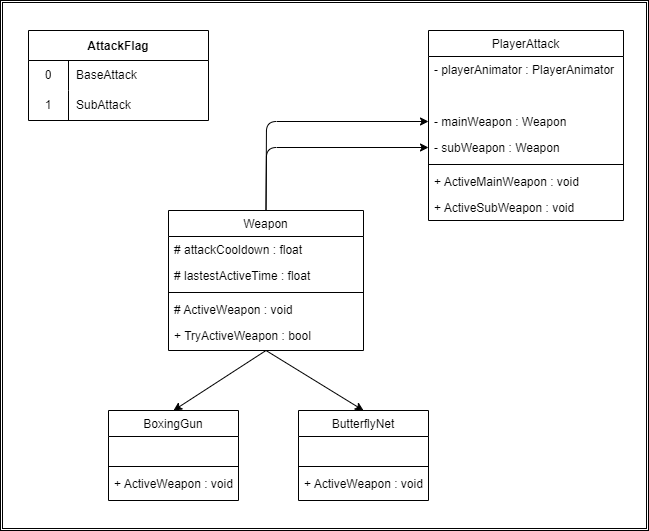
Above: ETC/UML/WeaponLogic.png in SEH00N/Eungabi (draw.io), before the change. Source tidied: cells renumbered, new cells last; positions are measured from the earlier drawing's top-left corner, leaving out a move shared by most shapes. Source of this version:
```xml
<mxGraphModel>
  <root>
    <mxCell id="0" />
    <mxCell id="1" parent="0" />
    <mxCell id="2" style="shape=ext;double=1;rounded=0;whiteSpace=wrap;html=1;fontColor=#F0F0F0;strokeColor=default;fillColor=default;" parent="1" vertex="1">
      <mxGeometry width="648" height="530" as="geometry" />
    </mxCell>
    <mxCell id="3" value="PlayerAttack" style="swimlane;fontStyle=0;align=center;verticalAlign=top;horizontal=1;startSize=26;rounded=0;shadow=0;strokeWidth=1;spacingTop=0;" parent="1" vertex="1">
      <mxGeometry x="428" y="30" width="195" height="190" as="geometry" />
    </mxCell>
    <mxCell id="4" value="- playerAnimator : PlayerAnimator" style="text;align=left;verticalAlign=top;spacingLeft=4;spacingRight=4;overflow=hidden;rounded=0;shadow=0;html=0;" parent="3" vertex="1">
      <mxGeometry y="26" width="195" height="26" as="geometry" />
    </mxCell>
    <mxCell id="5" value=" " style="text;align=left;verticalAlign=top;spacingLeft=4;spacingRight=4;overflow=hidden;rounded=0;shadow=0;html=0;" parent="3" vertex="1">
      <mxGeometry y="52" width="195" height="26" as="geometry" />
    </mxCell>
    <mxCell id="6" value="- mainWeapon : Weapon" style="text;align=left;verticalAlign=top;spacingLeft=4;spacingRight=4;overflow=hidden;points=[[0,0.5],[1,0.5]];portConstraint=eastwest;rounded=0;shadow=0;html=0;" parent="3" vertex="1">
      <mxGeometry y="78" width="195" height="26" as="geometry" />
    </mxCell>
    <mxCell id="7" value="- subWeapon : Weapon" style="text;align=left;verticalAlign=top;spacingLeft=4;spacingRight=4;overflow=hidden;points=[[0,0.5],[1,0.5]];portConstraint=eastwest;rounded=0;shadow=0;html=0;" parent="3" vertex="1">
      <mxGeometry y="104" width="195" height="26" as="geometry" />
    </mxCell>
    <mxCell id="8" style="line;html=1;strokeWidth=1;align=left;verticalAlign=middle;spacingTop=-1;spacingLeft=3;spacingRight=3;labelPosition=right;" parent="3" vertex="1">
      <mxGeometry y="130" width="195" height="8" as="geometry" />
    </mxCell>
    <mxCell id="9" value="+ ActiveMainWeapon : void" style="text;align=left;verticalAlign=top;spacingLeft=4;spacingRight=4;overflow=hidden;rounded=0;shadow=0;html=0;" parent="3" vertex="1">
      <mxGeometry y="138" width="195" height="26" as="geometry" />
    </mxCell>
    <mxCell id="10" value="+ ActiveSubWeapon : void" style="text;align=left;verticalAlign=top;spacingLeft=4;spacingRight=4;overflow=hidden;rounded=0;shadow=0;html=0;" parent="3" vertex="1">
      <mxGeometry y="164" width="195" height="26" as="geometry" />
    </mxCell>
    <mxCell id="11" style="edgeStyle=none;html=1;entryX=0.5;entryY=0;entryDx=0;entryDy=0;exitX=0.5;exitY=1;exitDx=0;exitDy=0;" parent="1" edge="1" source="15" target="28">
      <mxGeometry relative="1" as="geometry" />
    </mxCell>
    <mxCell id="12" style="edgeStyle=none;html=1;entryX=0.5;entryY=0;entryDx=0;entryDy=0;exitX=0.5;exitY=1;exitDx=0;exitDy=0;" parent="1" edge="1" source="15" target="32">
      <mxGeometry relative="1" as="geometry" />
    </mxCell>
    <mxCell id="13" style="edgeStyle=none;html=1;entryX=0;entryY=0.5;entryDx=0;entryDy=0;exitX=0.5;exitY=0;exitDx=0;exitDy=0;" parent="1" edge="1" source="15" target="6">
      <mxGeometry relative="1" as="geometry">
        <Array as="points">
          <mxPoint x="266" y="121" />
        </Array>
      </mxGeometry>
    </mxCell>
    <mxCell id="14" style="edgeStyle=none;html=1;entryX=0;entryY=0.5;entryDx=0;entryDy=0;exitX=0.5;exitY=0;exitDx=0;exitDy=0;" parent="1" edge="1" source="15" target="7">
      <mxGeometry relative="1" as="geometry">
        <Array as="points">
          <mxPoint x="266" y="147" />
        </Array>
      </mxGeometry>
    </mxCell>
    <mxCell id="15" value="Weapon" style="swimlane;fontStyle=0;align=center;verticalAlign=top;horizontal=1;startSize=26;rounded=0;shadow=0;strokeWidth=1;spacingTop=0;" parent="1" vertex="1">
      <mxGeometry x="168" y="210" width="195" height="140" as="geometry" />
    </mxCell>
    <mxCell id="16" value="# attackCooldown : float" style="text;align=left;verticalAlign=top;spacingLeft=4;spacingRight=4;overflow=hidden;rounded=0;shadow=0;html=0;" parent="15" vertex="1">
      <mxGeometry y="26" width="195" height="26" as="geometry" />
    </mxCell>
    <mxCell id="17" value="# lastestActiveTime : float" style="text;align=left;verticalAlign=top;spacingLeft=4;spacingRight=4;overflow=hidden;rounded=0;shadow=0;html=0;" parent="15" vertex="1">
      <mxGeometry y="52" width="195" height="26" as="geometry" />
    </mxCell>
    <mxCell id="18" style="line;html=1;strokeWidth=1;align=left;verticalAlign=middle;spacingTop=-1;spacingLeft=3;spacingRight=3;labelPosition=right;" parent="15" vertex="1">
      <mxGeometry y="78" width="195" height="8" as="geometry" />
    </mxCell>
    <mxCell id="19" value="# ActiveWeapon : void" style="text;align=left;verticalAlign=top;spacingLeft=4;spacingRight=4;overflow=hidden;rounded=0;shadow=0;html=0;" parent="15" vertex="1">
      <mxGeometry y="86" width="195" height="26" as="geometry" />
    </mxCell>
    <mxCell id="20" value="+ TryActiveWeapon : bool" style="text;align=left;verticalAlign=top;spacingLeft=4;spacingRight=4;overflow=hidden;rounded=0;shadow=0;html=0;" parent="15" vertex="1">
      <mxGeometry y="112" width="195" height="26" as="geometry" />
    </mxCell>
    <mxCell id="21" value="AttackFlag" style="shape=table;startSize=30;rowLines=0;fontStyle=1;" parent="1" vertex="1">
      <mxGeometry x="28" y="30" width="180" height="90" as="geometry" />
    </mxCell>
    <mxCell id="22" style="shape=tableRow;horizontal=0;startSize=0;swimlaneHead=0;swimlaneBody=0;top=0;left=0;bottom=0;right=0;fillColor=none;" parent="21" vertex="1">
      <mxGeometry y="30" width="180" height="30" as="geometry" />
    </mxCell>
    <mxCell id="23" value="0" style="shape=partialRectangle;html=1;whiteSpace=wrap;fillColor=none;top=0;left=0;bottom=0;right=0;overflow=hidden;" parent="22" vertex="1">
      <mxGeometry width="40" height="30" as="geometry" />
    </mxCell>
    <mxCell id="24" value="BaseAttack" style="shape=partialRectangle;html=1;whiteSpace=wrap;fillColor=none;top=0;left=0;bottom=0;right=0;align=left;spacingLeft=6;overflow=hidden;" parent="22" vertex="1">
      <mxGeometry x="40" width="140" height="30" as="geometry" />
    </mxCell>
    <mxCell id="25" style="shape=tableRow;horizontal=0;startSize=0;swimlaneHead=0;swimlaneBody=0;top=0;left=0;bottom=0;right=0;fillColor=none;" parent="21" vertex="1">
      <mxGeometry y="60" width="180" height="30" as="geometry" />
    </mxCell>
    <mxCell id="26" value="1" style="shape=partialRectangle;html=1;whiteSpace=wrap;fillColor=none;top=0;left=0;bottom=0;right=0;overflow=hidden;" parent="25" vertex="1">
      <mxGeometry width="40" height="30" as="geometry" />
    </mxCell>
    <mxCell id="27" value="SubAttack" style="shape=partialRectangle;html=1;whiteSpace=wrap;fillColor=none;top=0;left=0;bottom=0;right=0;align=left;spacingLeft=6;overflow=hidden;" parent="25" vertex="1">
      <mxGeometry x="40" width="140" height="30" as="geometry" />
    </mxCell>
    <mxCell id="28" value="BoxingGun" style="swimlane;fontStyle=0;align=center;verticalAlign=top;horizontal=1;startSize=26;rounded=0;shadow=0;strokeWidth=1;spacingTop=0;" parent="1" vertex="1">
      <mxGeometry x="108" y="410" width="130" height="90" as="geometry" />
    </mxCell>
    <mxCell id="29" value=" " style="text;align=left;verticalAlign=top;spacingLeft=4;spacingRight=4;overflow=hidden;rounded=0;shadow=0;html=0;" parent="28" vertex="1">
      <mxGeometry y="26" width="130" height="26" as="geometry" />
    </mxCell>
    <mxCell id="30" style="line;html=1;strokeWidth=1;align=left;verticalAlign=middle;spacingTop=-1;spacingLeft=3;spacingRight=3;labelPosition=right;" parent="28" vertex="1">
      <mxGeometry y="52" width="130" height="8" as="geometry" />
    </mxCell>
    <mxCell id="31" value="+ ActiveWeapon : void" style="text;align=left;verticalAlign=top;spacingLeft=4;spacingRight=4;overflow=hidden;rounded=0;shadow=0;html=0;" parent="28" vertex="1">
      <mxGeometry y="60" width="130" height="26" as="geometry" />
    </mxCell>
    <mxCell id="32" value="ButterflyNet" style="swimlane;fontStyle=0;align=center;verticalAlign=top;horizontal=1;startSize=26;rounded=0;shadow=0;strokeWidth=1;spacingTop=0;" parent="1" vertex="1">
      <mxGeometry x="298" y="410" width="130" height="90" as="geometry" />
    </mxCell>
    <mxCell id="33" value=" " style="text;align=left;verticalAlign=top;spacingLeft=4;spacingRight=4;overflow=hidden;rounded=0;shadow=0;html=0;" parent="32" vertex="1">
      <mxGeometry y="26" width="130" height="26" as="geometry" />
    </mxCell>
    <mxCell id="34" style="line;html=1;strokeWidth=1;align=left;verticalAlign=middle;spacingTop=-1;spacingLeft=3;spacingRight=3;labelPosition=right;" parent="32" vertex="1">
      <mxGeometry y="52" width="130" height="8" as="geometry" />
    </mxCell>
    <mxCell id="35" value="+ ActiveWeapon : void" style="text;align=left;verticalAlign=top;spacingLeft=4;spacingRight=4;overflow=hidden;rounded=0;shadow=0;html=0;" parent="32" vertex="1">
      <mxGeometry y="60" width="130" height="26" as="geometry" />
    </mxCell>
  </root>
</mxGraphModel>
```
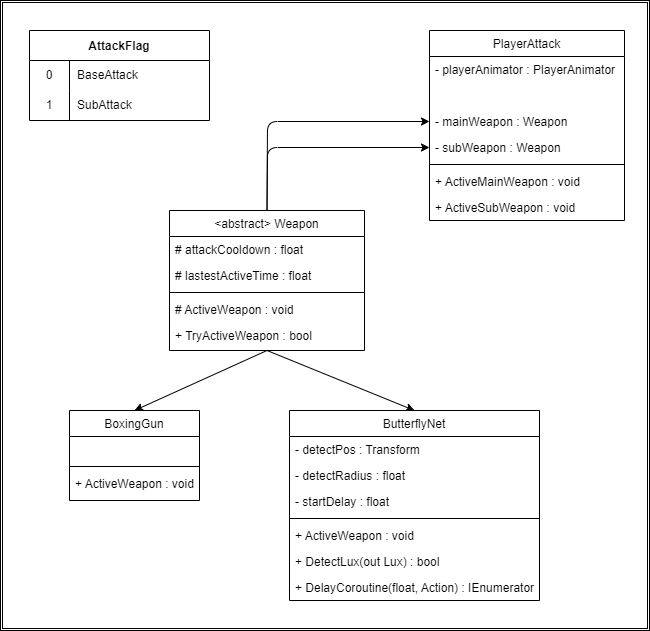
After the commit.

The edit, as a diff of the source:
```diff
@@ -3,7 +3,7 @@
     <mxCell id="0" />
     <mxCell id="1" parent="0" />
     <mxCell id="2" style="shape=ext;double=1;rounded=0;whiteSpace=wrap;html=1;fontColor=#F0F0F0;strokeColor=default;fillColor=default;" parent="1" vertex="1">
-      <mxGeometry width="648" height="530" as="geometry" />
+      <mxGeometry x="-1" width="649" height="630" as="geometry" />
     </mxCell>
     <mxCell id="3" value="PlayerAttack" style="swimlane;fontStyle=0;align=center;verticalAlign=top;horizontal=1;startSize=26;rounded=0;shadow=0;strokeWidth=1;spacingTop=0;" parent="1" vertex="1">
       <mxGeometry x="428" y="30" width="195" height="190" as="geometry" />
@@ -49,7 +49,7 @@
         </Array>
       </mxGeometry>
     </mxCell>
-    <mxCell id="15" value="Weapon" style="swimlane;fontStyle=0;align=center;verticalAlign=top;horizontal=1;startSize=26;rounded=0;shadow=0;strokeWidth=1;spacingTop=0;" parent="1" vertex="1">
+    <mxCell id="15" value="&lt;abstract&gt; Weapon" style="swimlane;fontStyle=0;align=center;verticalAlign=top;horizontal=1;startSize=26;rounded=0;shadow=0;strokeWidth=1;spacingTop=0;" parent="1" vertex="1">
       <mxGeometry x="168" y="210" width="195" height="140" as="geometry" />
     </mxCell>
     <mxCell id="16" value="# attackCooldown : float" style="text;align=left;verticalAlign=top;spacingLeft=4;spacingRight=4;overflow=hidden;rounded=0;shadow=0;html=0;" parent="15" vertex="1">
@@ -89,7 +89,7 @@
       <mxGeometry x="40" width="140" height="30" as="geometry" />
     </mxCell>
     <mxCell id="28" value="BoxingGun" style="swimlane;fontStyle=0;align=center;verticalAlign=top;horizontal=1;startSize=26;rounded=0;shadow=0;strokeWidth=1;spacingTop=0;" parent="1" vertex="1">
-      <mxGeometry x="108" y="410" width="130" height="90" as="geometry" />
+      <mxGeometry x="68" y="410" width="130" height="90" as="geometry" />
     </mxCell>
     <mxCell id="29" value=" " style="text;align=left;verticalAlign=top;spacingLeft=4;spacingRight=4;overflow=hidden;rounded=0;shadow=0;html=0;" parent="28" vertex="1">
       <mxGeometry y="26" width="130" height="26" as="geometry" />
@@ -101,16 +101,28 @@
       <mxGeometry y="60" width="130" height="26" as="geometry" />
     </mxCell>
     <mxCell id="32" value="ButterflyNet" style="swimlane;fontStyle=0;align=center;verticalAlign=top;horizontal=1;startSize=26;rounded=0;shadow=0;strokeWidth=1;spacingTop=0;" parent="1" vertex="1">
-      <mxGeometry x="298" y="410" width="130" height="90" as="geometry" />
+      <mxGeometry x="288" y="410" width="250" height="190" as="geometry" />
     </mxCell>
-    <mxCell id="33" value=" " style="text;align=left;verticalAlign=top;spacingLeft=4;spacingRight=4;overflow=hidden;rounded=0;shadow=0;html=0;" parent="32" vertex="1">
-      <mxGeometry y="26" width="130" height="26" as="geometry" />
+    <mxCell id="33" value="- detectPos : Transform" style="text;align=left;verticalAlign=top;spacingLeft=4;spacingRight=4;overflow=hidden;rounded=0;shadow=0;html=0;" parent="32" vertex="1">
+      <mxGeometry y="26" width="250" height="26" as="geometry" />
     </mxCell>
+    <mxCell id="36" value="- detectRadius : float" style="text;align=left;verticalAlign=top;spacingLeft=4;spacingRight=4;overflow=hidden;rounded=0;shadow=0;html=0;" parent="32" vertex="1">
+      <mxGeometry y="52" width="250" height="26" as="geometry" />
+    </mxCell>
+    <mxCell id="37" value="- startDelay : float" style="text;align=left;verticalAlign=top;spacingLeft=4;spacingRight=4;overflow=hidden;rounded=0;shadow=0;html=0;" parent="32" vertex="1">
+      <mxGeometry y="78" width="250" height="26" as="geometry" />
+    </mxCell>
     <mxCell id="34" style="line;html=1;strokeWidth=1;align=left;verticalAlign=middle;spacingTop=-1;spacingLeft=3;spacingRight=3;labelPosition=right;" parent="32" vertex="1">
-      <mxGeometry y="52" width="130" height="8" as="geometry" />
+      <mxGeometry y="104" width="250" height="8" as="geometry" />
     </mxCell>
     <mxCell id="35" value="+ ActiveWeapon : void" style="text;align=left;verticalAlign=top;spacingLeft=4;spacingRight=4;overflow=hidden;rounded=0;shadow=0;html=0;" parent="32" vertex="1">
-      <mxGeometry y="60" width="130" height="26" as="geometry" />
+      <mxGeometry y="112" width="250" height="26" as="geometry" />
     </mxCell>
+    <mxCell id="38" value="+ DetectLux(out Lux) : bool" style="text;align=left;verticalAlign=top;spacingLeft=4;spacingRight=4;overflow=hidden;rounded=0;shadow=0;html=0;" parent="32" vertex="1">
+      <mxGeometry y="138" width="250" height="26" as="geometry" />
+    </mxCell>
+    <mxCell id="39" value="+ DelayCoroutine(float, Action) : IEnumerator" style="text;align=left;verticalAlign=top;spacingLeft=4;spacingRight=4;overflow=hidden;rounded=0;shadow=0;html=0;" parent="32" vertex="1">
+      <mxGeometry y="164" width="250" height="26" as="geometry" />
+    </mxCell>
   </root>
 </mxGraphModel>
```
